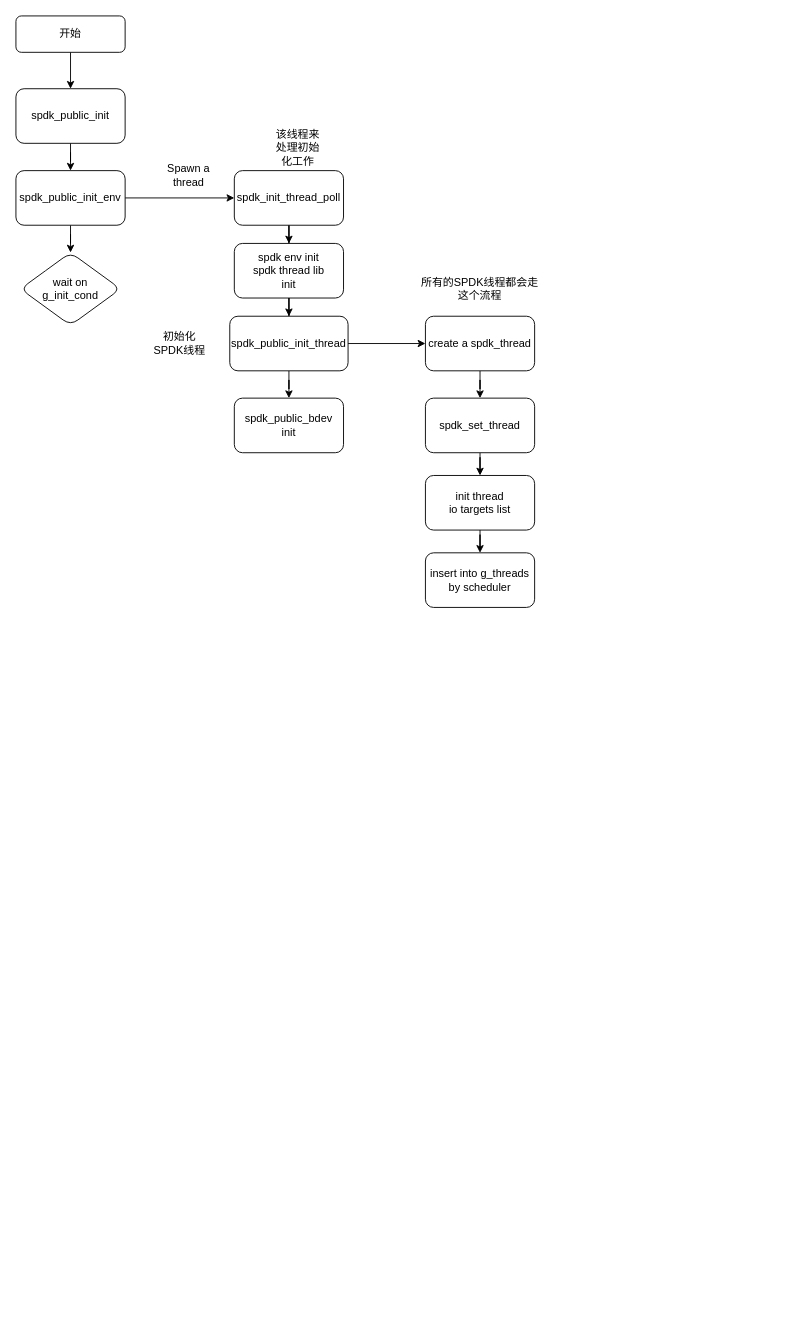
This is spdk_public.drawio from hayden-pzhou/drawioChart, a draw.io file, before an edit. Source tidied: cells renumbered, new cells numbered last; positions are measured from the earlier drawing's top-left corner, leaving out a move shared by most shapes. Both pictures are drawn from the tidied source at 91%, with x=0, y=0 at pixel (15, 15).
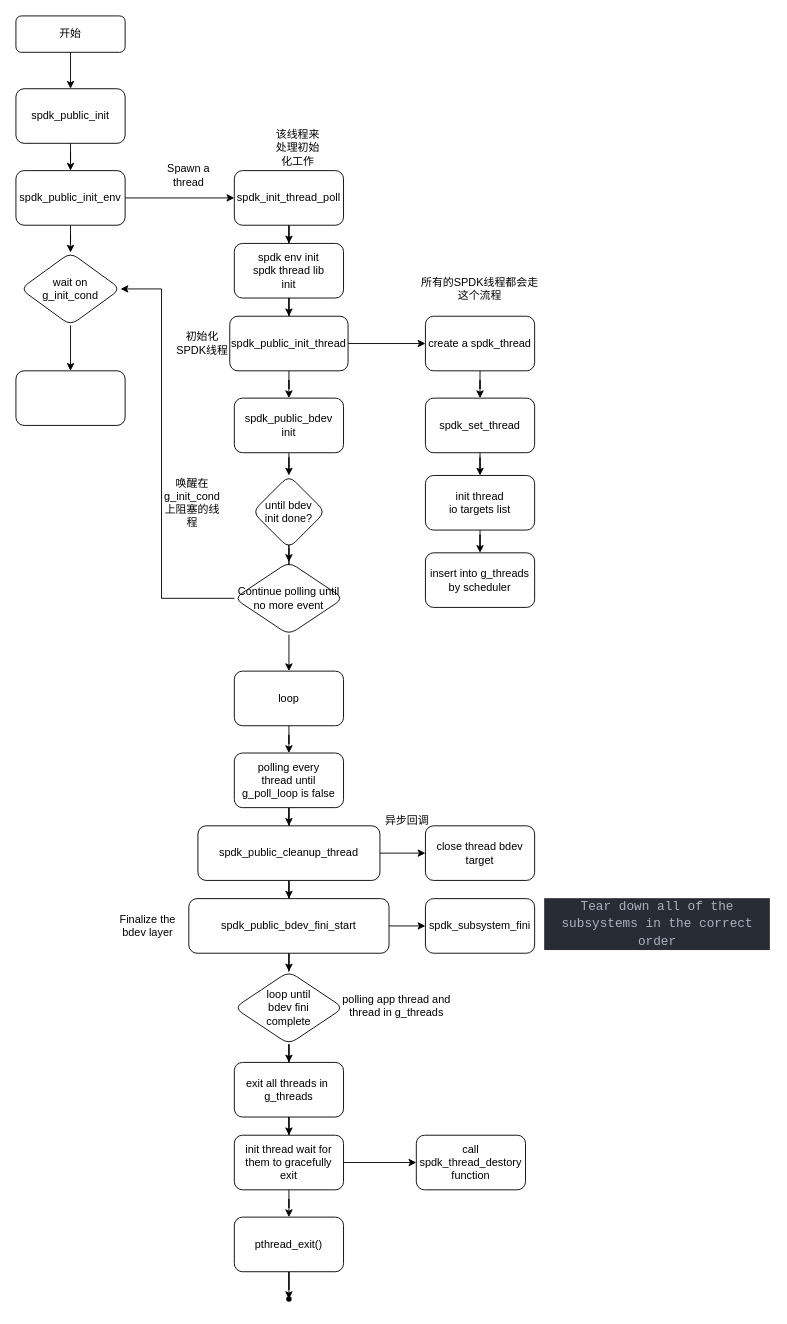
The same diagram, later.

The change refers to these unchanged cells:
```xml
<mxCell id="13" value="wait on&lt;br&gt;g_init_cond" style="rhombus;whiteSpace=wrap;html=1;rounded=1;glass=0;strokeWidth=1;shadow=0;" parent="1" vertex="1">
  <mxGeometry x="5" y="260" width="110" height="80" as="geometry" />
</mxCell>
<mxCell id="28" value="spdk_public_bdev&lt;br&gt;init" style="whiteSpace=wrap;html=1;rounded=1;glass=0;strokeWidth=1;shadow=0;" parent="1" vertex="1">
  <mxGeometry x="240" y="420" width="120" height="60" as="geometry" />
</mxCell>
```

Change to the diagram source:
```diff
@@
+    <mxCell id="29" style="edgeStyle=orthogonalEdgeStyle;rounded=0;jettySize=auto;html=1;" parent="1" edge="1" source="13" target="37">
+      <mxGeometry relative="1" as="geometry" />
+    </mxCell>
@@
     <mxCell id="19" value="初始化SPDK线程" style="text;strokeColor=none;align=center;fillColor=none;html=1;verticalAlign=middle;whiteSpace=wrap;rounded=0;" parent="1" vertex="1">
-      <mxGeometry x="150" y="345" width="60" height="30" as="geometry" />
+      <mxGeometry x="175" y="345" width="60" height="30" as="geometry" />
     </mxCell>
@@
+    <mxCell id="30" style="edgeStyle=orthogonalEdgeStyle;rounded=0;jettySize=auto;html=1;" parent="1" edge="1" source="28" target="32">
+      <mxGeometry relative="1" as="geometry" />
+    </mxCell>
@@
+    <mxCell id="31" style="edgeStyle=orthogonalEdgeStyle;rounded=0;jettySize=auto;html=1;" parent="1" edge="1" source="32" target="35">
+      <mxGeometry relative="1" as="geometry" />
+    </mxCell>
+    <mxCell id="32" value="until bdev&lt;br&gt;init done?" style="rhombus;whiteSpace=wrap;html=1;rounded=1;glass=0;strokeWidth=1;shadow=0;" parent="1" vertex="1">
+      <mxGeometry x="260" y="505" width="80" height="80" as="geometry" />
+    </mxCell>
+    <mxCell id="33" style="edgeStyle=orthogonalEdgeStyle;rounded=0;jettySize=auto;html=1;entryX=1;entryY=0.5;entryDx=0;entryDy=0;" parent="1" edge="1" source="35" target="13">
+      <mxGeometry relative="1" as="geometry">
+        <Array as="points">
+          <mxPoint x="160" y="640" />
+          <mxPoint x="160" y="300" />
+        </Array>
+      </mxGeometry>
+    </mxCell>
+    <mxCell id="34" style="edgeStyle=orthogonalEdgeStyle;rounded=0;jettySize=auto;html=1;" parent="1" edge="1" source="35" target="39">
+      <mxGeometry relative="1" as="geometry" />
+    </mxCell>
+    <mxCell id="35" value="Continue polling until&lt;br&gt;no more event" style="rhombus;whiteSpace=wrap;html=1;rounded=1;glass=0;strokeWidth=1;shadow=0;" parent="1" vertex="1">
+      <mxGeometry x="240" y="600" width="120" height="80" as="geometry" />
+    </mxCell>
+    <mxCell id="36" value="唤醒在g_init_cond上阻塞的线程" style="text;strokeColor=none;align=center;fillColor=none;html=1;verticalAlign=middle;whiteSpace=wrap;rounded=0;" parent="1" vertex="1">
+      <mxGeometry x="164" y="500" width="60" height="70" as="geometry" />
+    </mxCell>
+    <mxCell id="37" style="whiteSpace=wrap;html=1;rounded=1;glass=0;strokeWidth=1;shadow=0;" parent="1" vertex="1">
+      <mxGeometry y="390" width="120" height="60" as="geometry" />
+    </mxCell>
+    <mxCell id="38" style="edgeStyle=orthogonalEdgeStyle;rounded=0;jettySize=auto;html=1;" parent="1" edge="1" source="39" target="41">
+      <mxGeometry relative="1" as="geometry" />
+    </mxCell>
+    <mxCell id="39" value="loop" style="whiteSpace=wrap;html=1;rounded=1;glass=0;strokeWidth=1;shadow=0;" parent="1" vertex="1">
+      <mxGeometry x="240" y="720" width="120" height="60" as="geometry" />
+    </mxCell>
+    <mxCell id="40" style="edgeStyle=orthogonalEdgeStyle;rounded=0;jettySize=auto;html=1;" parent="1" edge="1" source="41" target="44">
+      <mxGeometry relative="1" as="geometry" />
+    </mxCell>
+    <mxCell id="41" value="polling every&lt;br&gt;thread until&lt;br&gt;g_poll_loop is false" style="whiteSpace=wrap;html=1;rounded=1;glass=0;strokeWidth=1;shadow=0;" parent="1" vertex="1">
+      <mxGeometry x="240" y="810" width="120" height="60" as="geometry" />
+    </mxCell>
+    <mxCell id="42" style="edgeStyle=orthogonalEdgeStyle;rounded=0;jettySize=auto;html=1;" parent="1" edge="1" source="44" target="45">
+      <mxGeometry relative="1" as="geometry" />
+    </mxCell>
+    <mxCell id="43" style="edgeStyle=orthogonalEdgeStyle;rounded=0;jettySize=auto;html=1;" parent="1" edge="1" source="44" target="49">
+      <mxGeometry relative="1" as="geometry" />
+    </mxCell>
+    <mxCell id="44" value="spdk_public_cleanup_thread" style="whiteSpace=wrap;html=1;rounded=1;glass=0;strokeWidth=1;shadow=0;" parent="1" vertex="1">
+      <mxGeometry x="200" y="890" width="200" height="60" as="geometry" />
+    </mxCell>
+    <mxCell id="45" value="close thread bdev target" style="whiteSpace=wrap;html=1;rounded=1;glass=0;strokeWidth=1;shadow=0;" parent="1" vertex="1">
+      <mxGeometry x="450" y="890" width="120" height="60" as="geometry" />
+    </mxCell>
+    <mxCell id="46" value="异步回调" style="text;strokeColor=none;align=center;fillColor=none;html=1;verticalAlign=middle;whiteSpace=wrap;rounded=0;" parent="1" vertex="1">
+      <mxGeometry x="400" y="850" width="60" height="70" as="geometry" />
+    </mxCell>
+    <mxCell id="47" style="edgeStyle=orthogonalEdgeStyle;rounded=0;jettySize=auto;html=1;" parent="1" edge="1" source="49" target="51">
+      <mxGeometry relative="1" as="geometry" />
+    </mxCell>
+    <mxCell id="48" style="edgeStyle=orthogonalEdgeStyle;rounded=0;jettySize=auto;html=1;" parent="1" edge="1" source="49" target="54">
+      <mxGeometry relative="1" as="geometry" />
+    </mxCell>
+    <mxCell id="49" value="spdk_public_bdev_fini_start" style="whiteSpace=wrap;html=1;rounded=1;glass=0;strokeWidth=1;shadow=0;" parent="1" vertex="1">
+      <mxGeometry x="190" y="970" width="220" height="60" as="geometry" />
+    </mxCell>
+    <mxCell id="50" value="Finalize the bdev layer" style="text;strokeColor=none;align=center;fillColor=none;html=1;verticalAlign=middle;whiteSpace=wrap;rounded=0;" parent="1" vertex="1">
+      <mxGeometry x="100" y="972.5" width="90" height="55" as="geometry" />
+    </mxCell>
+    <mxCell id="51" value="spdk_subsystem_fini" style="whiteSpace=wrap;html=1;rounded=1;glass=0;strokeWidth=1;shadow=0;" parent="1" vertex="1">
+      <mxGeometry x="450" y="970" width="120" height="60" as="geometry" />
+    </mxCell>
+    <mxCell id="52" value="&lt;div style=&quot;color: rgb(171, 178, 191); background-color: rgb(40, 44, 52); font-family: Consolas, &amp;quot;Courier New&amp;quot;, monospace; font-size: 14px; line-height: 19px;&quot;&gt;Tear down all of the subsystems in the correct order&lt;/div&gt;" style="text;strokeColor=none;align=center;fillColor=none;html=1;verticalAlign=middle;whiteSpace=wrap;rounded=0;" parent="1" vertex="1">
+      <mxGeometry x="580" y="970" width="250" height="55" as="geometry" />
+    </mxCell>
+    <mxCell id="53" style="edgeStyle=orthogonalEdgeStyle;rounded=0;jettySize=auto;html=1;" parent="1" edge="1" source="54" target="57">
+      <mxGeometry relative="1" as="geometry" />
+    </mxCell>
+    <mxCell id="54" value="loop until&lt;br&gt;bdev fini&lt;br&gt;complete" style="rhombus;whiteSpace=wrap;html=1;rounded=1;glass=0;strokeWidth=1;shadow=0;" parent="1" vertex="1">
+      <mxGeometry x="240" y="1050" width="120" height="80" as="geometry" />
+    </mxCell>
+    <mxCell id="55" value="polling app thread and thread in g_threads" style="text;strokeColor=none;align=center;fillColor=none;html=1;verticalAlign=middle;whiteSpace=wrap;rounded=0;" parent="1" vertex="1">
+      <mxGeometry x="340.5" y="1060.5" width="155" height="55" as="geometry" />
+    </mxCell>
+    <mxCell id="56" style="edgeStyle=orthogonalEdgeStyle;rounded=0;jettySize=auto;html=1;" parent="1" edge="1" source="57" target="60">
+      <mxGeometry relative="1" as="geometry" />
+    </mxCell>
+    <mxCell id="57" value="exit all threads in&amp;nbsp;&lt;br&gt;g_threads" style="whiteSpace=wrap;html=1;rounded=1;glass=0;strokeWidth=1;shadow=0;" parent="1" vertex="1">
+      <mxGeometry x="240" y="1150" width="120" height="60" as="geometry" />
+    </mxCell>
+    <mxCell id="58" style="edgeStyle=orthogonalEdgeStyle;rounded=0;jettySize=auto;html=1;" parent="1" edge="1" source="60" target="61">
+      <mxGeometry relative="1" as="geometry" />
+    </mxCell>
+    <mxCell id="59" style="edgeStyle=orthogonalEdgeStyle;rounded=0;jettySize=auto;html=1;" parent="1" edge="1" source="60" target="63">
+      <mxGeometry relative="1" as="geometry" />
+    </mxCell>
+    <mxCell id="60" value="init thread wait for&lt;br&gt;them to gracefully&lt;br&gt;exit" style="whiteSpace=wrap;html=1;rounded=1;glass=0;strokeWidth=1;shadow=0;" parent="1" vertex="1">
+      <mxGeometry x="240" y="1230" width="120" height="60" as="geometry" />
+    </mxCell>
+    <mxCell id="61" value="call spdk_thread_destory&lt;br&gt;function" style="whiteSpace=wrap;html=1;rounded=1;glass=0;strokeWidth=1;shadow=0;" parent="1" vertex="1">
+      <mxGeometry x="440" y="1230" width="120" height="60" as="geometry" />
+    </mxCell>
+    <mxCell id="62" style="edgeStyle=orthogonalEdgeStyle;rounded=0;jettySize=auto;html=1;" parent="1" edge="1" source="63" target="64">
+      <mxGeometry relative="1" as="geometry" />
+    </mxCell>
+    <mxCell id="63" value="pthread_exit()" style="whiteSpace=wrap;html=1;rounded=1;glass=0;strokeWidth=1;shadow=0;" parent="1" vertex="1">
+      <mxGeometry x="240" y="1320" width="120" height="60" as="geometry" />
+    </mxCell>
+    <mxCell id="64" style="shape=waypoint;sketch=0;size=6;points=[];fillColor=default;perimeter=centerPerimeter;snapToPoint=1;rounded=1;glass=0;strokeWidth=1;shadow=0;" parent="1" vertex="1">
+      <mxGeometry x="290" y="1400" width="20" height="20" as="geometry" />
+    </mxCell>
```
